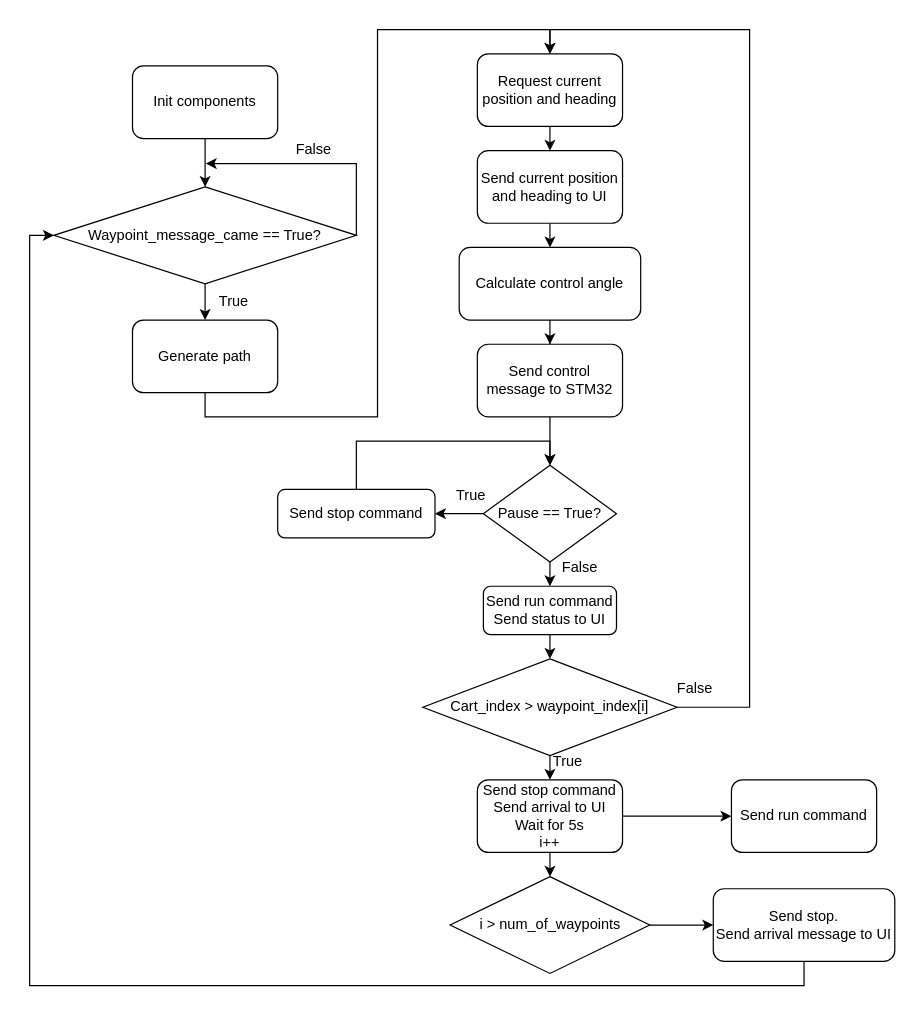
Huy-Luu/ThesisDiagrams keeps this draw.io diagram as Cart's flow.drawio. Above is the earlier version. Source tidied: cells renumbered, new cells numbered last; positions are measured from the earlier drawing's top-left corner, leaving out a move shared by most shapes. Both pictures are drawn from the tidied source at 121%, with x=0, y=0 at pixel (53, 29).
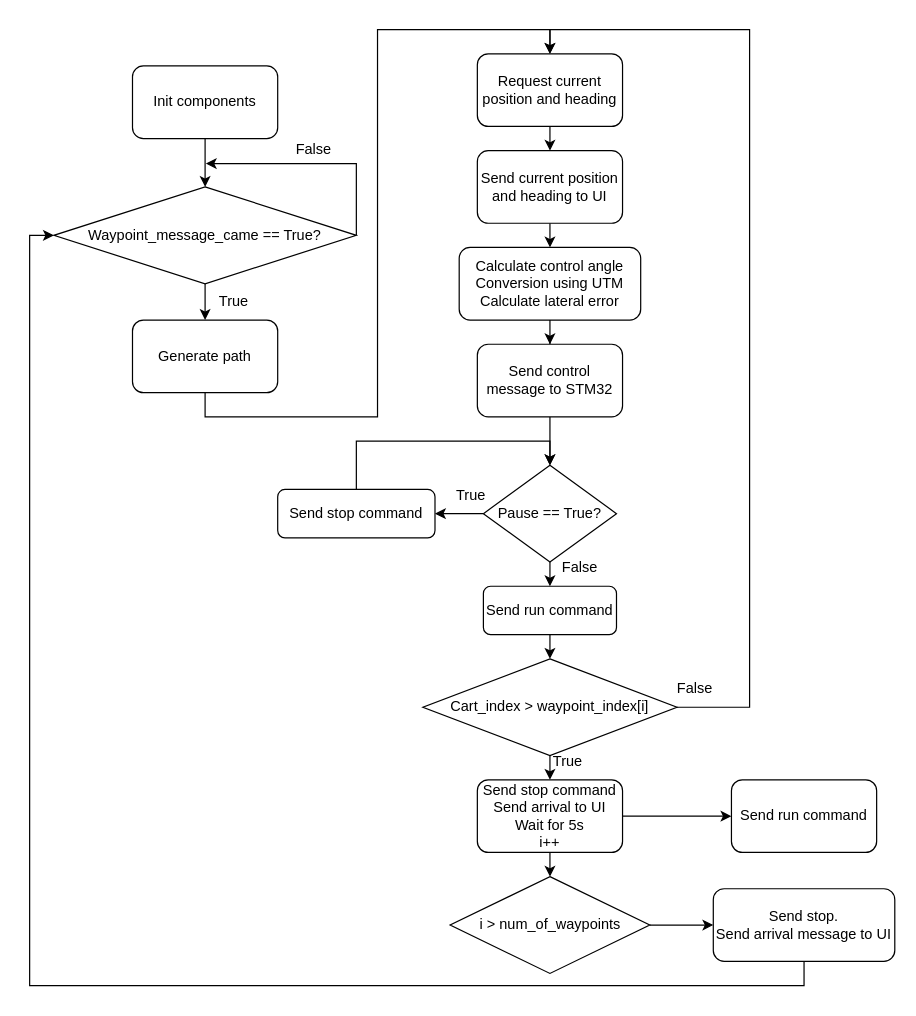
Above is the later version.

Diff of the diagram source:
```diff
@@
-    <mxCell id="12" value="Calculate control angle" style="rounded=1;whiteSpace=wrap;html=1;" parent="1" vertex="1">
+    <mxCell id="12" value="Calculate control angle&lt;br&gt;Conversion using UTM&lt;br&gt;Calculate lateral error" style="rounded=1;whiteSpace=wrap;html=1;" parent="1" vertex="1">
       <mxGeometry x="335" y="180" width="150" height="60" as="geometry" />
     </mxCell>
@@
-    <mxCell id="38" value="Send run command&lt;br&gt;Send status to UI" style="rounded=1;whiteSpace=wrap;html=1;" parent="1" vertex="1">
+    <mxCell id="38" value="Send run command" style="rounded=1;whiteSpace=wrap;html=1;" parent="1" vertex="1">
       <mxGeometry x="355" y="460" width="110" height="40" as="geometry" />
     </mxCell>
```
